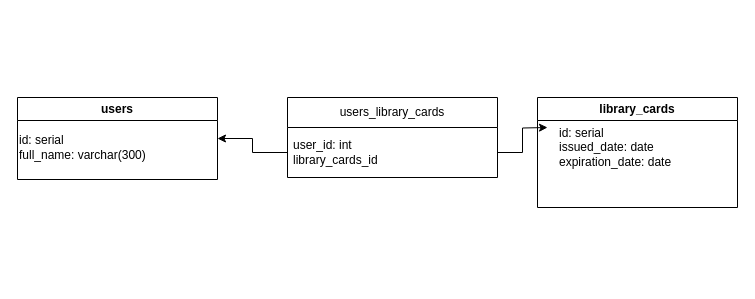
The draw.io diagram db/one_to_one.drawio in dmtrots/job4j_design, before the edit. Source tidied: cells renumbered, new cells numbered last; positions are measured from the earlier drawing's top-left corner, leaving out a move shared by most shapes. Both pictures are drawn from the tidied source at 100%, with x=0, y=0 at pixel (17, 17).
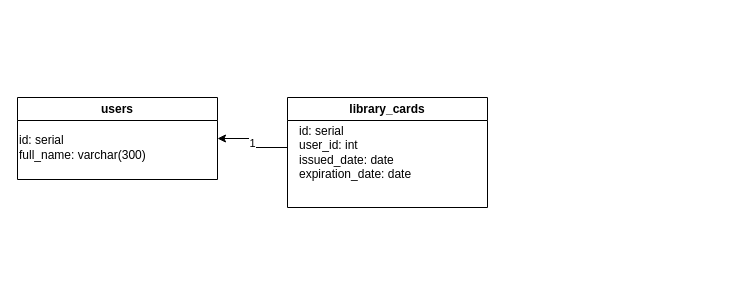
After the change.

Commit message:
1. Связи между таблицами [#373615 #554395]

Change to the diagram source:
```diff
@@
 <mxGraphModel>
   <root>
     <mxCell id="0" />
     <mxCell id="1" parent="0" />
     <mxCell id="2" value="users" style="swimlane;whiteSpace=wrap;" parent="1" vertex="1" collapsed="1">
       <mxGeometry y="80" width="200" height="82" as="geometry" />
     </mxCell>
     <mxCell id="3" value="library_cards" style="swimlane;whiteSpace=wrap;" parent="1" vertex="1" collapsed="1">
-      <mxGeometry x="520" y="80" width="200" height="110" as="geometry" />
+      <mxGeometry x="270" y="80" width="200" height="110" as="geometry" />
     </mxCell>
     <mxCell id="4" value="&lt;font&gt;id: serial&lt;/font&gt;&lt;div&gt;&lt;font&gt;full_name: varchar(300)&lt;/font&gt;&lt;/div&gt;" style="text;html=1;whiteSpace=wrap;strokeColor=none;fillColor=none;align=left;verticalAlign=middle;rounded=0;fontColor=#000000;" parent="1" vertex="1">
       <mxGeometry y="110" width="130" height="40" as="geometry" />
     </mxCell>
-    <mxCell id="5" value="&lt;font style=&quot;&quot;&gt;id: serial&lt;/font&gt;&lt;div style=&quot;&quot;&gt;issued_date: date&lt;/div&gt;&lt;div style=&quot;&quot;&gt;expiration_date: date&lt;/div&gt;" style="text;html=1;whiteSpace=wrap;strokeColor=none;fillColor=none;align=left;verticalAlign=middle;rounded=0;" parent="1" vertex="1">
-      <mxGeometry x="540" width="170" height="260" as="geometry" />
+    <mxCell id="5" value="&lt;font style=&quot;&quot;&gt;id: serial&lt;/font&gt;&lt;div&gt;user_id: int&lt;br&gt;&lt;div style=&quot;&quot;&gt;issued_date: date&lt;/div&gt;&lt;div style=&quot;&quot;&gt;expiration_date: date&lt;/div&gt;&lt;/div&gt;" style="text;html=1;whiteSpace=wrap;strokeColor=none;fillColor=none;align=left;verticalAlign=middle;rounded=0;" parent="1" vertex="1">
+      <mxGeometry x="280" y="5" width="170" height="260" as="geometry" />
     </mxCell>
-    <mxCell id="6" value="users_library_cards" style="swimlane;fontStyle=0;horizontal=1;startSize=30;whiteSpace=wrap;html=1;" parent="1" vertex="1">
-      <mxGeometry x="270" y="80" width="210" height="80" as="geometry" />
-    </mxCell>
-    <mxCell id="7" style="edgeStyle=orthogonalEdgeStyle;rounded=0;jettySize=auto;html=1;exitX=1;exitY=0.5;exitDx=0;exitDy=0;" parent="6" edge="1" source="8">
-      <mxGeometry relative="1" as="geometry">
-        <mxPoint x="260" y="30" as="targetPoint" />
-      </mxGeometry>
-    </mxCell>
-    <mxCell id="8" value="user_id: int&lt;div&gt;library_cards_id&lt;/div&gt;" style="text;strokeColor=none;fillColor=none;align=left;verticalAlign=middle;spacingLeft=4;spacingRight=4;overflow=hidden;points=[[0,0.5],[1,0.5]];portConstraint=eastwest;whiteSpace=wrap;html=1;" parent="6" vertex="1">
-      <mxGeometry y="30" width="210" height="50" as="geometry" />
-    </mxCell>
-    <mxCell id="9" style="edgeStyle=orthogonalEdgeStyle;rounded=0;jettySize=auto;html=1;entryX=1;entryY=0.5;entryDx=0;entryDy=0;" parent="1" edge="1" source="8" target="2">
-      <mxGeometry relative="1" as="geometry" />
+    <mxCell id="9" style="edgeStyle=orthogonalEdgeStyle;rounded=0;jettySize=auto;html=1;entryX=1;entryY=0.5;entryDx=0;entryDy=0;" parent="1" edge="1" target="2">
+      <mxGeometry relative="1" as="geometry">
+        <mxPoint x="270" y="135" as="sourcePoint" />
+        <Array as="points">
+          <mxPoint x="270" y="130" />
+          <mxPoint x="235" y="130" />
+          <mxPoint x="235" y="121" />
+        </Array>
+      </mxGeometry>
     </mxCell>
+    <mxCell id="10" value="1" style="edgeLabel;html=1;align=center;verticalAlign=middle;" parent="9" vertex="1">
+      <mxGeometry x="0.06" y="1" relative="1" as="geometry" />
+    </mxCell>
   </root>
 </mxGraphModel>
```
